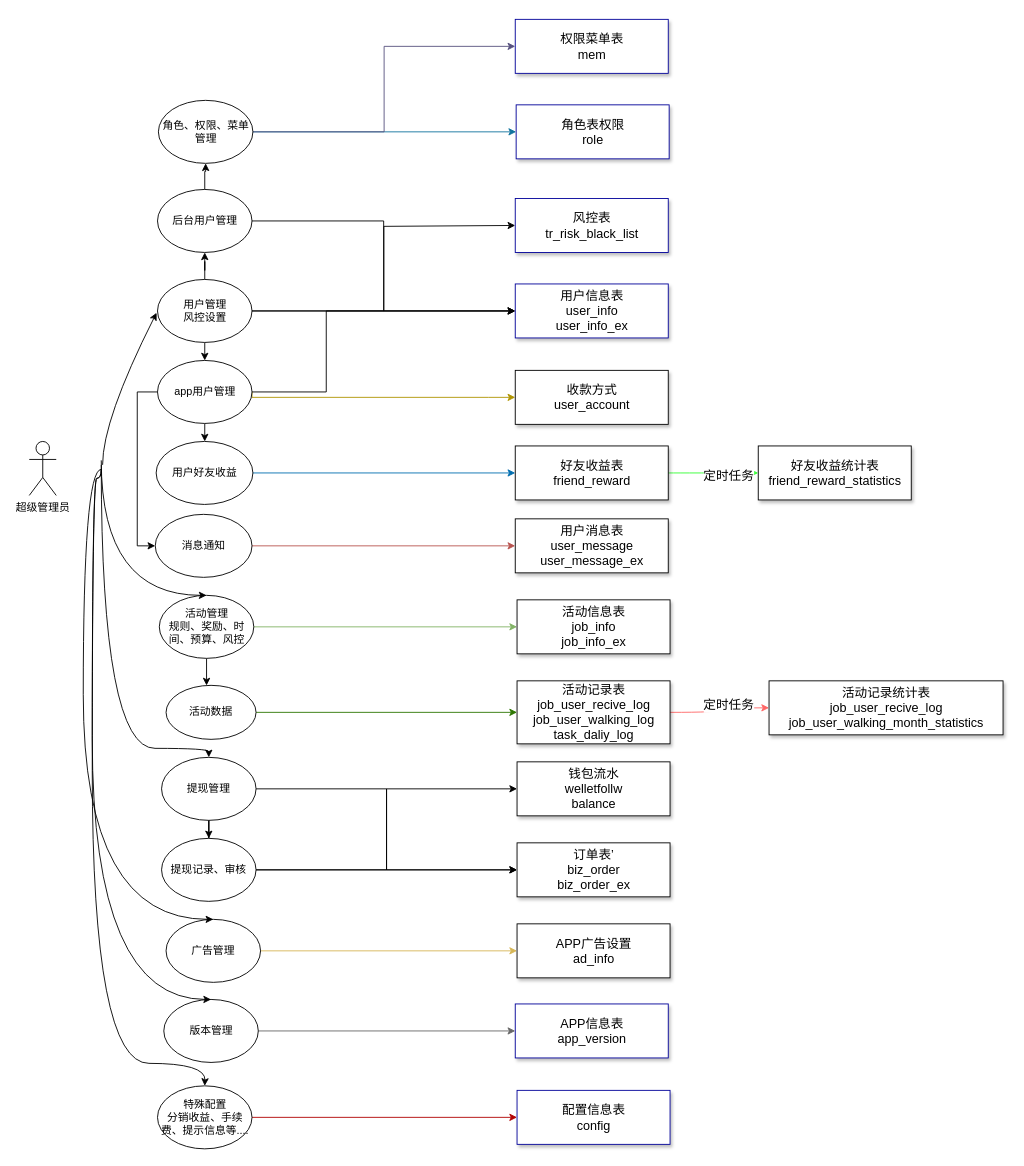
Before: 后台.drawio in leilifu/Travel, a draw.io diagram. Source tidied: cells renumbered, new cells numbered last; positions are measured from the earlier drawing's top-left corner, leaving out a move shared by most shapes. Both pictures are drawn from the tidied source at 90%, with x=0, y=0 at pixel (29, 19).
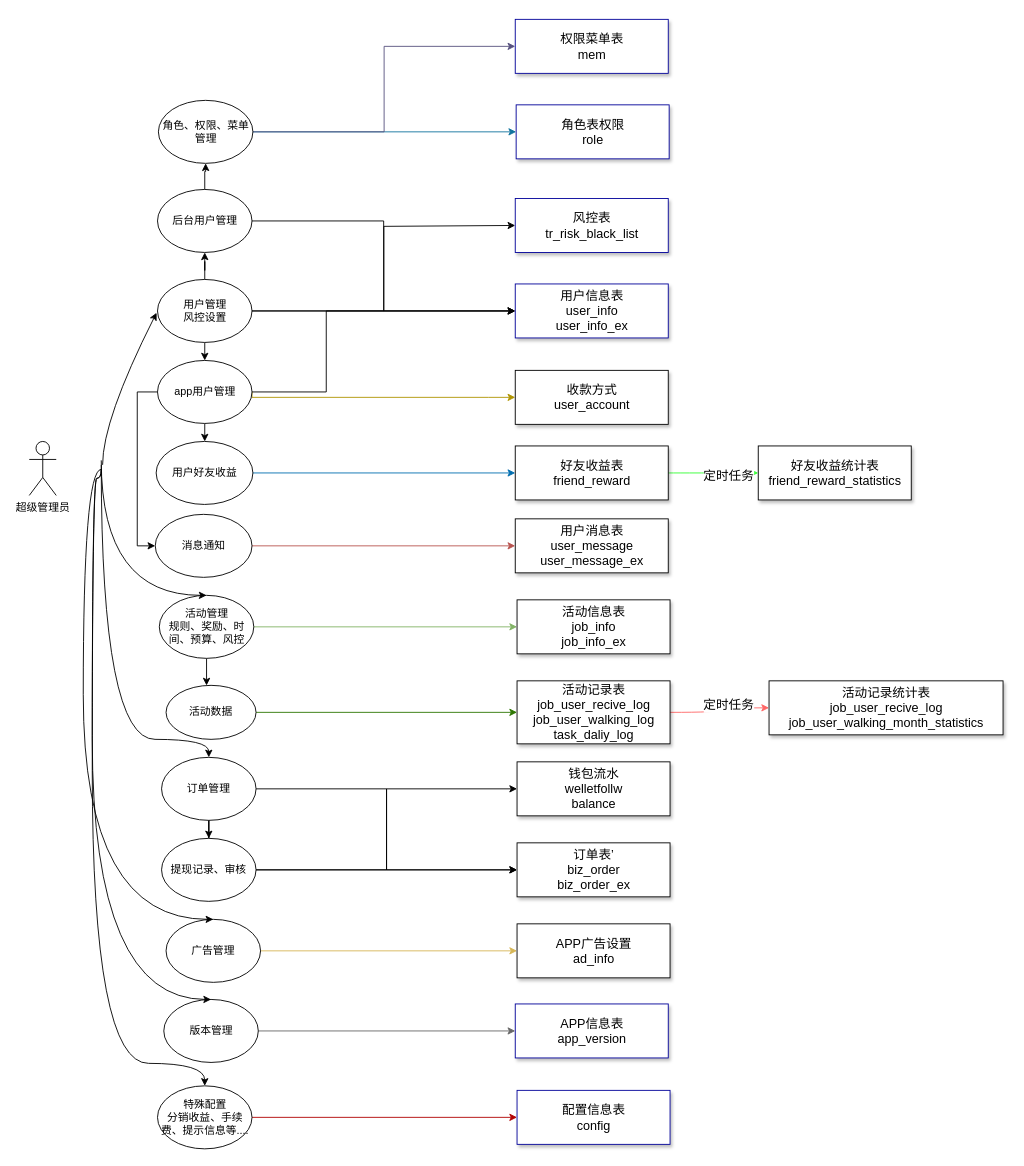
The same page after the edit.

The change refers to these unchanged cells:
```xml
<mxCell id="37" value="特殊配置&lt;br&gt;分销收益、手续费、提示信息等...." style="ellipse;whiteSpace=wrap;html=1;" parent="1" vertex="1">
  <mxGeometry x="142.5" y="1185" width="105" height="70" as="geometry" />
</mxCell>
```

What changed in the source:
```diff
@@
-    <mxCell id="28" value="提现管理" style="ellipse;whiteSpace=wrap;html=1;" parent="1" vertex="1">
+    <mxCell id="28" value="订单管理" style="ellipse;whiteSpace=wrap;html=1;" parent="1" vertex="1">
       <mxGeometry x="147" y="820" width="105" height="70" as="geometry" />
     </mxCell>
@@
     <mxCell id="40" style="edgeStyle=orthogonalEdgeStyle;curved=1;rounded=0;jettySize=auto;html=1;fontSize=14;entryX=0.5;entryY=0;entryDx=0;entryDy=0;" parent="1" edge="1" target="28">
       <mxGeometry relative="1" as="geometry">
         <mxPoint x="80" y="495" as="sourcePoint" />
         <Array as="points">
-          <mxPoint x="80" y="810" />
-          <mxPoint x="200" y="810" />
+          <mxPoint x="80" y="800" />
+          <mxPoint x="200" y="800" />
         </Array>
       </mxGeometry>
     </mxCell>
@@
     <mxCell id="43" style="edgeStyle=orthogonalEdgeStyle;curved=1;rounded=0;jettySize=auto;html=1;fontSize=14;entryX=0.5;entryY=0;entryDx=0;entryDy=0;" parent="1" edge="1" target="37">
       <mxGeometry relative="1" as="geometry">
         <mxPoint x="80" y="500" as="sourcePoint" />
         <Array as="points">
           <mxPoint x="80" y="510" />
           <mxPoint x="70" y="510" />
           <mxPoint x="70" y="1160" />
-          <mxPoint x="196" y="1160" />
+          <mxPoint x="195" y="1160" />
         </Array>
       </mxGeometry>
     </mxCell>
```
